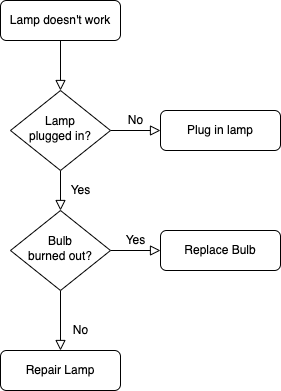
The draw.io diagram docker.png in liu-me/diagrams, before a commit. Source tidied: cells renumbered, new cells last; positions are measured from the earlier drawing's top-left corner, leaving out a move shared by most shapes. Its diagram source:
```xml
<mxGraphModel>
  <root>
    <mxCell id="0" />
    <mxCell id="1" parent="0" />
    <mxCell id="2" style="rounded=0;html=1;jettySize=auto;fontSize=11;endArrow=block;endFill=0;endSize=8;strokeWidth=1;shadow=0;labelBackgroundColor=none;edgeStyle=orthogonalEdgeStyle;" parent="1" edge="1" source="3" target="6">
      <mxGeometry relative="1" as="geometry" />
    </mxCell>
    <mxCell id="3" value="Lamp doesn't work" style="rounded=1;whiteSpace=wrap;html=1;fontSize=12;glass=0;strokeWidth=1;shadow=0;" parent="1" vertex="1">
      <mxGeometry width="120" height="40" as="geometry" />
    </mxCell>
    <mxCell id="4" value="Yes" style="rounded=0;html=1;jettySize=auto;fontSize=11;endArrow=block;endFill=0;endSize=8;strokeWidth=1;shadow=0;labelBackgroundColor=none;edgeStyle=orthogonalEdgeStyle;" parent="1" edge="1" source="6" target="10">
      <mxGeometry y="20" relative="1" as="geometry" />
    </mxCell>
    <mxCell id="5" value="No" style="edgeStyle=orthogonalEdgeStyle;rounded=0;html=1;jettySize=auto;fontSize=11;endArrow=block;endFill=0;endSize=8;strokeWidth=1;shadow=0;labelBackgroundColor=none;" parent="1" edge="1" source="6" target="7">
      <mxGeometry y="10" relative="1" as="geometry" />
    </mxCell>
    <mxCell id="6" value="Lamp&lt;br&gt;plugged in?" style="rhombus;whiteSpace=wrap;html=1;shadow=0;fontFamily=Helvetica;fontSize=12;align=center;strokeWidth=1;spacing=6;spacingTop=-4;" parent="1" vertex="1">
      <mxGeometry x="10" y="90" width="100" height="80" as="geometry" />
    </mxCell>
    <mxCell id="7" value="Plug in lamp" style="rounded=1;whiteSpace=wrap;html=1;fontSize=12;glass=0;strokeWidth=1;shadow=0;" parent="1" vertex="1">
      <mxGeometry x="160" y="110" width="120" height="40" as="geometry" />
    </mxCell>
    <mxCell id="8" value="No" style="rounded=0;html=1;jettySize=auto;fontSize=11;endArrow=block;endFill=0;endSize=8;strokeWidth=1;shadow=0;labelBackgroundColor=none;edgeStyle=orthogonalEdgeStyle;" parent="1" edge="1" source="10" target="11">
      <mxGeometry x="0.33" y="20" relative="1" as="geometry" />
    </mxCell>
    <mxCell id="9" value="Yes" style="edgeStyle=orthogonalEdgeStyle;rounded=0;html=1;jettySize=auto;fontSize=11;endArrow=block;endFill=0;endSize=8;strokeWidth=1;shadow=0;labelBackgroundColor=none;" parent="1" edge="1" source="10" target="12">
      <mxGeometry y="10" relative="1" as="geometry" />
    </mxCell>
    <mxCell id="10" value="Bulb&lt;br&gt;burned out?" style="rhombus;whiteSpace=wrap;html=1;shadow=0;fontFamily=Helvetica;fontSize=12;align=center;strokeWidth=1;spacing=6;spacingTop=-4;" parent="1" vertex="1">
      <mxGeometry x="10" y="210" width="100" height="80" as="geometry" />
    </mxCell>
    <mxCell id="11" value="Repair Lamp" style="rounded=1;whiteSpace=wrap;html=1;fontSize=12;glass=0;strokeWidth=1;shadow=0;" parent="1" vertex="1">
      <mxGeometry y="350" width="120" height="40" as="geometry" />
    </mxCell>
    <mxCell id="12" value="Replace Bulb" style="rounded=1;whiteSpace=wrap;html=1;fontSize=12;glass=0;strokeWidth=1;shadow=0;" parent="1" vertex="1">
      <mxGeometry x="160" y="230" width="120" height="40" as="geometry" />
    </mxCell>
  </root>
</mxGraphModel>
```
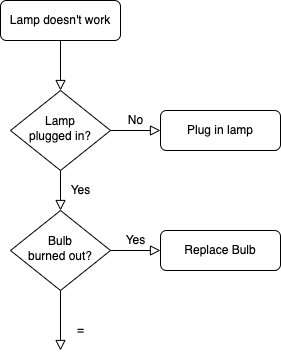
Later version of the same file.

Change to the diagram source:
```diff
@@ -20,8 +20,10 @@
     <mxCell id="7" value="Plug in lamp" style="rounded=1;whiteSpace=wrap;html=1;fontSize=12;glass=0;strokeWidth=1;shadow=0;" parent="1" vertex="1">
       <mxGeometry x="160" y="110" width="120" height="40" as="geometry" />
     </mxCell>
-    <mxCell id="8" value="No" style="rounded=0;html=1;jettySize=auto;fontSize=11;endArrow=block;endFill=0;endSize=8;strokeWidth=1;shadow=0;labelBackgroundColor=none;edgeStyle=orthogonalEdgeStyle;" parent="1" edge="1" source="10" target="11">
-      <mxGeometry x="0.33" y="20" relative="1" as="geometry" />
+    <mxCell id="8" value="=" style="rounded=0;html=1;jettySize=auto;fontSize=11;endArrow=block;endFill=0;endSize=8;strokeWidth=1;shadow=0;labelBackgroundColor=none;edgeStyle=orthogonalEdgeStyle;" parent="1" edge="1" source="10">
+      <mxGeometry x="0.33" y="20" relative="1" as="geometry">
+        <mxPoint x="60" y="350" as="targetPoint" />
+      </mxGeometry>
     </mxCell>
     <mxCell id="9" value="Yes" style="edgeStyle=orthogonalEdgeStyle;rounded=0;html=1;jettySize=auto;fontSize=11;endArrow=block;endFill=0;endSize=8;strokeWidth=1;shadow=0;labelBackgroundColor=none;" parent="1" edge="1" source="10" target="12">
       <mxGeometry y="10" relative="1" as="geometry" />
@@ -29,9 +31,6 @@
     <mxCell id="10" value="Bulb&lt;br&gt;burned out?" style="rhombus;whiteSpace=wrap;html=1;shadow=0;fontFamily=Helvetica;fontSize=12;align=center;strokeWidth=1;spacing=6;spacingTop=-4;" parent="1" vertex="1">
       <mxGeometry x="10" y="210" width="100" height="80" as="geometry" />
     </mxCell>
-    <mxCell id="11" value="Repair Lamp" style="rounded=1;whiteSpace=wrap;html=1;fontSize=12;glass=0;strokeWidth=1;shadow=0;" parent="1" vertex="1">
-      <mxGeometry y="350" width="120" height="40" as="geometry" />
-    </mxCell>
     <mxCell id="12" value="Replace Bulb" style="rounded=1;whiteSpace=wrap;html=1;fontSize=12;glass=0;strokeWidth=1;shadow=0;" parent="1" vertex="1">
       <mxGeometry x="160" y="230" width="120" height="40" as="geometry" />
     </mxCell>
```
